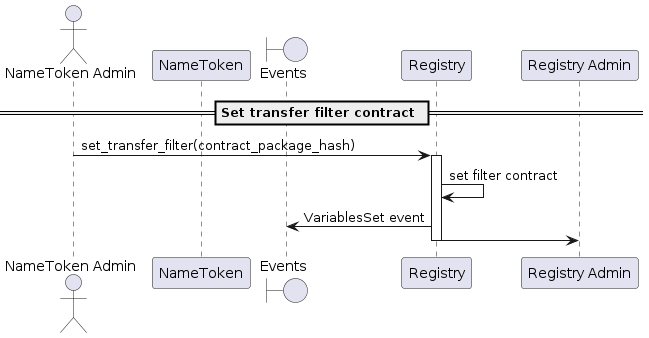
This is docs/sequence-diagrams/puml/set-transfer-filter.png from make-software/cspr-name-contracts, a PlantUML export, as it was before one commit.
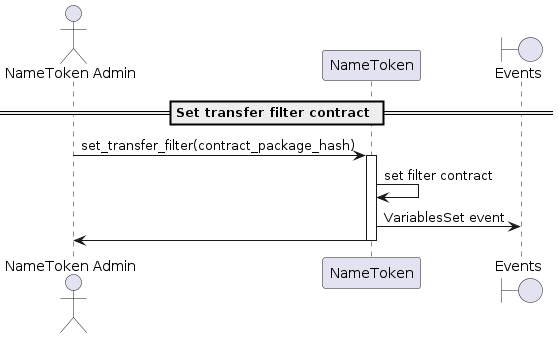
After the commit.

What changed in the source:
```diff
@@ -6,11 +6,11 @@
 
 == Set transfer filter contract ==
 
-"NameToken Admin" -> "Registry": set_transfer_filter(contract_package_hash)
-activate "Registry"
-Registry -> Registry: set filter contract
-Registry -> "Events": VariablesSet event
-"Registry" -> "Registry Admin"
-deactivate "Registry"
+"NameToken Admin" -> "NameToken": set_transfer_filter(contract_package_hash)
+activate "NameToken"
+NameToken -> NameToken: set filter contract
+NameToken -> "Events": VariablesSet event
+"NameToken" -> "NameToken Admin"
+deactivate "NameToken"
 
 @enduml
```
